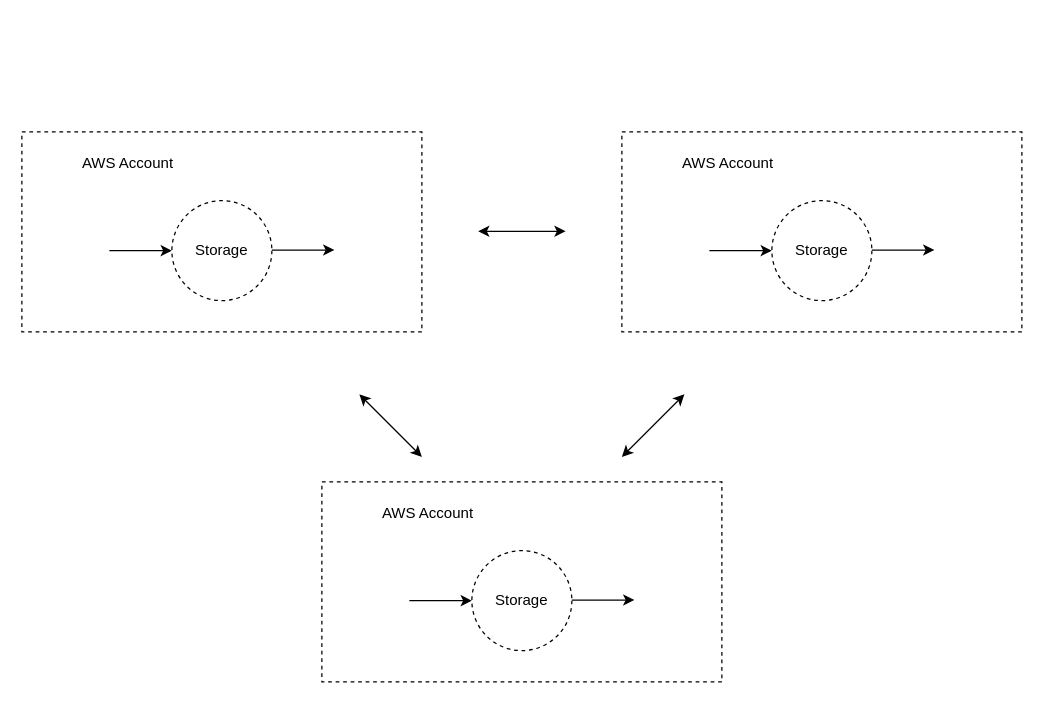
This is data_mesh.drawio from Adam6789/diagrams, a draw.io file, before an edit. Source tidied: cells renumbered, new cells numbered last; positions are measured from the earlier drawing's top-left corner, leaving out a move shared by most shapes. Both pictures are drawn from the tidied source at 125%, with x=0, y=0 at pixel (21, 131).
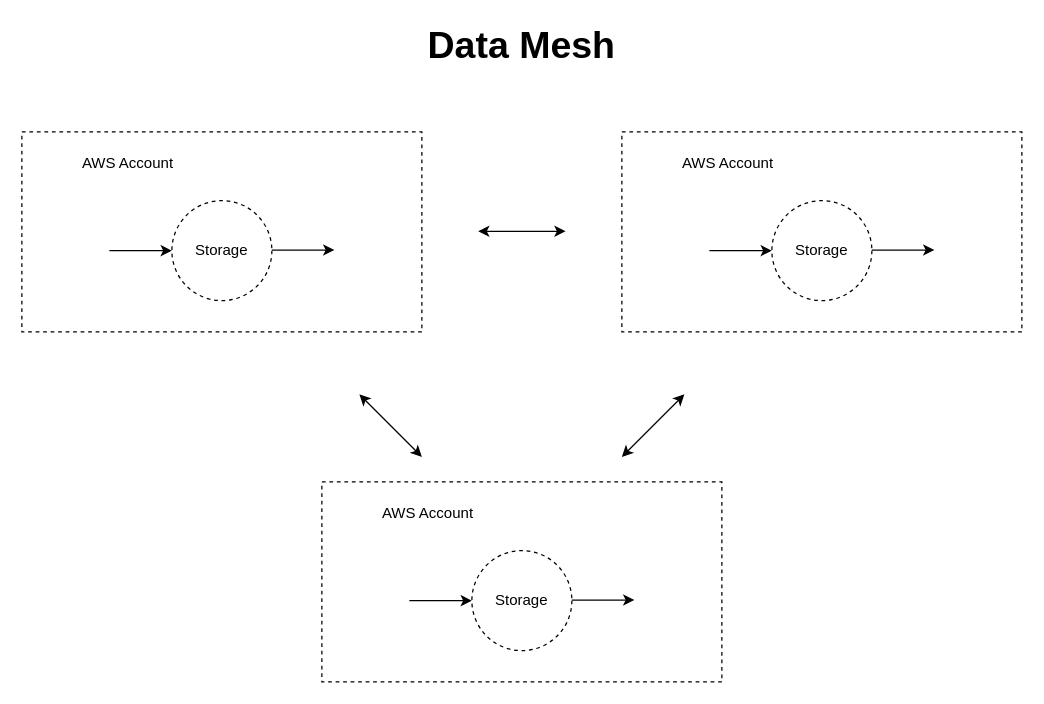
After the change.

What changed in the source:
```diff
@@
+    <mxCell id="23" value="Data Mesh" style="text;html=1;strokeColor=none;fillColor=none;align=center;verticalAlign=middle;whiteSpace=wrap;rounded=0;dashed=1;fontStyle=1;fontSize=30;" parent="1" vertex="1">
+      <mxGeometry x="320" y="-80" width="160" height="20" as="geometry" />
+    </mxCell>
```
